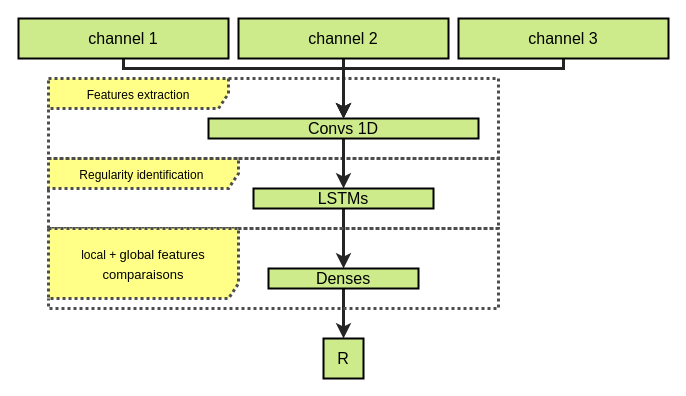
Earlier version of the draw.io diagram page "V1" (1 of 4) of Model.drawio (melpiro/Chess). Source tidied: cells renumbered, new cells numbered last; positions are measured from the earlier drawing's top-left corner, leaving out a move shared by most shapes. Both pictures are drawn from the tidied source at 100%, with x=0, y=0 at pixel (18, 18).
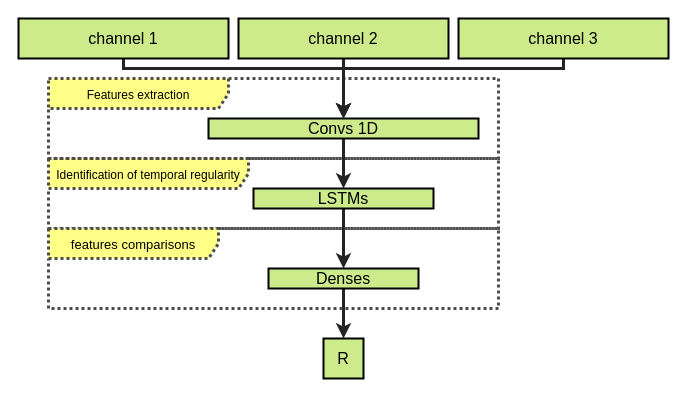
The same diagram, later.

What changed in the source:
```diff
@@
-    <mxCell id="2" value="&lt;font style=&quot;font-size: 12px&quot;&gt;Regularity identification&amp;nbsp;&lt;/font&gt;" style="shape=umlFrame;whiteSpace=wrap;html=1;fontSize=16;strokeWidth=3;fillColor=#ffff88;fontColor=#000000;strokeColor=#4D4D4D;dashed=1;width=190;height=30;dashPattern=1 1;" parent="1" vertex="1">
+    <mxCell id="2" value="&lt;font style=&quot;font-size: 12px&quot;&gt;Identification of temporal regularity&lt;/font&gt;" style="shape=umlFrame;whiteSpace=wrap;html=1;fontSize=16;strokeWidth=3;fillColor=#ffff88;fontColor=#000000;strokeColor=#4D4D4D;dashed=1;width=200;height=30;dashPattern=1 1;" parent="1" vertex="1">
       <mxGeometry x="30" y="140" width="450" height="70" as="geometry" />
     </mxCell>
@@
-    <mxCell id="13" value="&lt;span style=&quot;font-size: 12px&quot;&gt;local&amp;nbsp;+&amp;nbsp;&lt;/span&gt;&lt;span style=&quot;font-size: 13px&quot;&gt;global features &lt;br&gt;comparaisons&lt;/span&gt;&lt;span style=&quot;font-size: 12px&quot;&gt;&lt;br&gt;&lt;/span&gt;" style="shape=umlFrame;whiteSpace=wrap;html=1;fontSize=16;strokeWidth=3;fillColor=#ffff88;fontColor=#000000;dashed=1;width=190;height=70;dashPattern=1 1;strokeColor=#4D4D4D;" parent="1" vertex="1">
+    <mxCell id="13" value="&lt;span style=&quot;font-size: 13px&quot;&gt;features &lt;/span&gt;&lt;span style=&quot;font-size: 13px&quot;&gt;comparisons&lt;/span&gt;" style="shape=umlFrame;whiteSpace=wrap;html=1;fontSize=16;strokeWidth=3;fillColor=#ffff88;fontColor=#000000;dashed=1;width=170;height=30;dashPattern=1 1;strokeColor=#4D4D4D;" parent="1" vertex="1">
       <mxGeometry x="30" y="210" width="450" height="80" as="geometry" />
     </mxCell>
```
